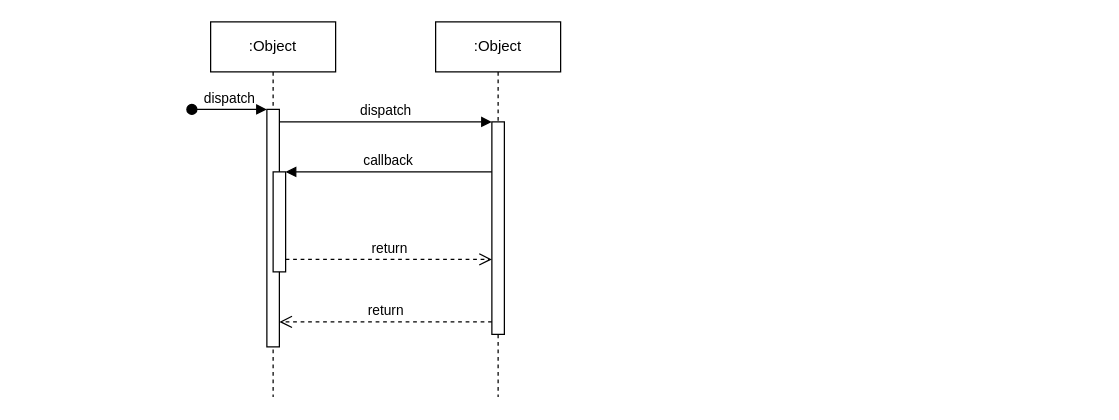
Earlier version of the draw.io diagram Untitled Diagram.drawio (fuping-han/docs). Source tidied: cells renumbered, new cells numbered last; positions are measured from the earlier drawing's top-left corner, leaving out a move shared by most shapes. Both pictures are drawn from the tidied source at 125%, with x=0, y=0 at pixel (191, 21).
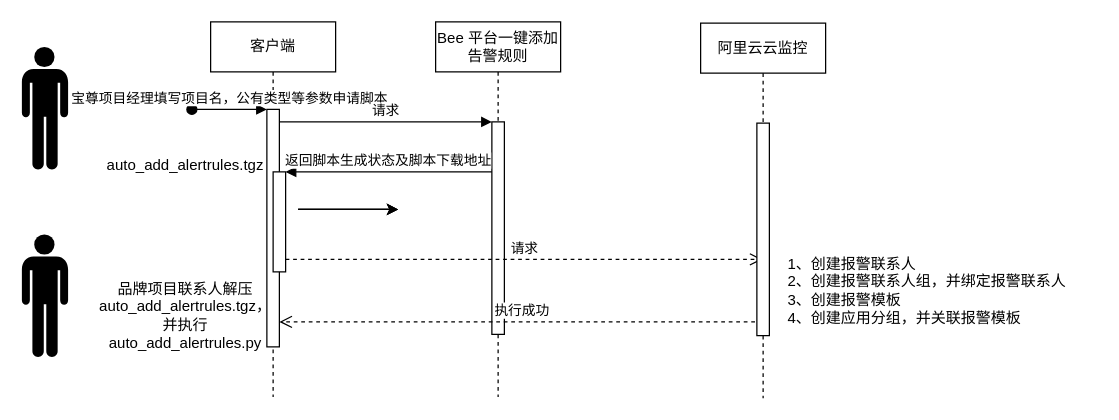
The same diagram, later.

The change refers to these unchanged cells:
```xml
<mxCell id="3" style="html=1;points=[];perimeter=orthogonalPerimeter;outlineConnect=0;targetShapes=umlLifeline;portConstraint=eastwest;newEdgeStyle={&quot;edgeStyle&quot;:&quot;elbowEdgeStyle&quot;,&quot;elbow&quot;:&quot;vertical&quot;,&quot;curved&quot;:0,&quot;rounded&quot;:0};" parent="2" vertex="1">
  <mxGeometry x="45" y="70" width="10" height="190" as="geometry" />
</mxCell>
<mxCell id="5" style="html=1;points=[];perimeter=orthogonalPerimeter;outlineConnect=0;targetShapes=umlLifeline;portConstraint=eastwest;newEdgeStyle={&quot;edgeStyle&quot;:&quot;elbowEdgeStyle&quot;,&quot;elbow&quot;:&quot;vertical&quot;,&quot;curved&quot;:0,&quot;rounded&quot;:0};" parent="2" vertex="1">
  <mxGeometry x="50" y="120" width="10" height="80" as="geometry" />
</mxCell>
<mxCell id="7" style="html=1;points=[];perimeter=orthogonalPerimeter;outlineConnect=0;targetShapes=umlLifeline;portConstraint=eastwest;newEdgeStyle={&quot;edgeStyle&quot;:&quot;elbowEdgeStyle&quot;,&quot;elbow&quot;:&quot;vertical&quot;,&quot;curved&quot;:0,&quot;rounded&quot;:0};" parent="6" vertex="1">
  <mxGeometry x="45" y="80" width="10" height="170" as="geometry" />
</mxCell>
```

Diff of the diagram source:
```diff
@@
-    <mxCell id="2" value=":Object" style="shape=umlLifeline;perimeter=lifelinePerimeter;whiteSpace=wrap;html=1;newEdgeStyle={&quot;edgeStyle&quot;:&quot;elbowEdgeStyle&quot;,&quot;elbow&quot;:&quot;vertical&quot;,&quot;curved&quot;:0,&quot;rounded&quot;:0};" parent="1" vertex="1">
+    <mxCell id="2" value="客户端" style="shape=umlLifeline;perimeter=lifelinePerimeter;whiteSpace=wrap;html=1;newEdgeStyle={&quot;edgeStyle&quot;:&quot;elbowEdgeStyle&quot;,&quot;elbow&quot;:&quot;vertical&quot;,&quot;curved&quot;:0,&quot;rounded&quot;:0};" parent="1" vertex="1">
       <mxGeometry x="15" width="100" height="300" as="geometry" />
     </mxCell>
@@
-    <mxCell id="4" value="dispatch" style="html=1;verticalAlign=bottom;startArrow=oval;endArrow=block;startSize=8;edgeStyle=elbowEdgeStyle;elbow=vertical;curved=0;rounded=0;" parent="2" edge="1" target="3">
+    <mxCell id="4" value="宝尊项目经理填写项目名，公有类型等参数申请脚本" style="html=1;verticalAlign=bottom;startArrow=oval;endArrow=block;startSize=8;edgeStyle=elbowEdgeStyle;elbow=vertical;curved=0;rounded=0;" parent="2" edge="1" target="3">
       <mxGeometry relative="1" as="geometry">
         <mxPoint x="-15" y="70" as="sourcePoint" />
       </mxGeometry>
     </mxCell>
@@
-    <mxCell id="6" value=":Object" style="shape=umlLifeline;perimeter=lifelinePerimeter;whiteSpace=wrap;html=1;newEdgeStyle={&quot;edgeStyle&quot;:&quot;elbowEdgeStyle&quot;,&quot;elbow&quot;:&quot;vertical&quot;,&quot;curved&quot;:0,&quot;rounded&quot;:0};" parent="1" vertex="1">
+    <mxCell id="6" value="Bee 平台一键添加告警规则" style="shape=umlLifeline;perimeter=lifelinePerimeter;whiteSpace=wrap;html=1;newEdgeStyle={&quot;edgeStyle&quot;:&quot;elbowEdgeStyle&quot;,&quot;elbow&quot;:&quot;vertical&quot;,&quot;curved&quot;:0,&quot;rounded&quot;:0};" parent="1" vertex="1">
       <mxGeometry x="195" width="100" height="300" as="geometry" />
     </mxCell>
@@
-    <mxCell id="8" value="dispatch" style="html=1;verticalAlign=bottom;endArrow=block;edgeStyle=elbowEdgeStyle;elbow=vertical;curved=0;rounded=0;" parent="1" edge="1" source="3" target="7">
+    <mxCell id="8" value="请求" style="html=1;verticalAlign=bottom;endArrow=block;edgeStyle=elbowEdgeStyle;elbow=vertical;curved=0;rounded=0;" parent="1" edge="1" source="3" target="7">
       <mxGeometry relative="1" as="geometry">
         <Array as="points">
           <mxPoint x="155" y="80" />
         </Array>
       </mxGeometry>
     </mxCell>
-    <mxCell id="9" value="return" style="html=1;verticalAlign=bottom;endArrow=open;dashed=1;endSize=8;edgeStyle=elbowEdgeStyle;elbow=vertical;curved=0;rounded=0;" parent="1" edge="1" source="7" target="3">
+    <mxCell id="9" value="执行成功" style="html=1;verticalAlign=bottom;endArrow=open;dashed=1;endSize=8;edgeStyle=elbowEdgeStyle;elbow=vertical;curved=0;rounded=0;" parent="1" edge="1" source="12" target="3">
       <mxGeometry relative="1" as="geometry">
         <Array as="points">
           <mxPoint x="165" y="240" />
         </Array>
       </mxGeometry>
     </mxCell>
-    <mxCell id="10" value="callback" style="html=1;verticalAlign=bottom;endArrow=block;edgeStyle=elbowEdgeStyle;elbow=vertical;curved=0;rounded=0;" parent="1" edge="1" source="7" target="5">
-      <mxGeometry relative="1" as="geometry">
+    <mxCell id="10" value="返回脚本生成状态及脚本下载地址" style="html=1;verticalAlign=bottom;endArrow=block;edgeStyle=elbowEdgeStyle;elbow=vertical;curved=0;rounded=0;" parent="1" edge="1" source="7" target="5">
+      <mxGeometry x="0.01" relative="1" as="geometry">
         <Array as="points">
           <mxPoint x="165" y="120" />
         </Array>
       </mxGeometry>
     </mxCell>
-    <mxCell id="11" value="return" style="html=1;verticalAlign=bottom;endArrow=open;dashed=1;endSize=8;edgeStyle=elbowEdgeStyle;elbow=vertical;curved=0;rounded=0;" parent="1" edge="1" source="5" target="7">
+    <mxCell id="11" value="请求" style="html=1;verticalAlign=bottom;endArrow=open;dashed=1;endSize=8;edgeStyle=elbowEdgeStyle;elbow=vertical;curved=0;rounded=0;" parent="1" edge="1" source="5" target="12">
       <mxGeometry relative="1" as="geometry">
         <Array as="points">
           <mxPoint x="155" y="190" />
         </Array>
       </mxGeometry>
     </mxCell>
+    <mxCell id="12" value="阿里云云监控" style="shape=umlLifeline;perimeter=lifelinePerimeter;whiteSpace=wrap;html=1;outlineConnect=0;portConstraint=eastwest;newEdgeStyle={&quot;edgeStyle&quot;:&quot;elbowEdgeStyle&quot;,&quot;elbow&quot;:&quot;vertical&quot;,&quot;curved&quot;:0,&quot;rounded&quot;:0};" parent="1" vertex="1">
+      <mxGeometry x="407" y="1" width="100" height="300" as="geometry" />
+    </mxCell>
+    <mxCell id="13" style="html=1;perimeter=orthogonalPerimeter;targetShapes=umlLifeline;newEdgeStyle={&quot;edgeStyle&quot;:&quot;elbowEdgeStyle&quot;,&quot;elbow&quot;:&quot;vertical&quot;,&quot;curved&quot;:0,&quot;rounded&quot;:0};" parent="12" vertex="1">
+      <mxGeometry x="45" y="80" width="10" height="170" as="geometry" />
+    </mxCell>
+    <mxCell id="14" style="shape=mxgraph.signs.people.man_1;html=1;fillColor=#000000;strokeColor=none;verticalLabelPosition=bottom;verticalAlign=top;align=center;" parent="1" vertex="1">
+      <mxGeometry x="-136" y="20" width="37" height="98" as="geometry" />
+    </mxCell>
+    <mxCell id="15" value="auto_add_alertrules.tgz" style="text;strokeColor=none;align=center;fillColor=none;html=1;verticalAlign=middle;whiteSpace=wrap;rounded=0;" parent="1" vertex="1">
+      <mxGeometry x="-35" y="100" width="60" height="30" as="geometry" />
+    </mxCell>
+    <mxCell id="16" style="shape=mxgraph.signs.people.man_1;html=1;fillColor=#000000;strokeColor=none;verticalLabelPosition=bottom;verticalAlign=top;align=center;" parent="1" vertex="1">
+      <mxGeometry x="-136" y="170" width="37" height="98" as="geometry" />
+    </mxCell>
+    <mxCell id="17" value="品牌项目联系人解压auto_add_alertrules.tgz，并执行auto_add_alertrules.py" style="text;strokeColor=none;align=center;fillColor=none;html=1;verticalAlign=middle;whiteSpace=wrap;rounded=0;" parent="1" vertex="1">
+      <mxGeometry x="-35" y="220" width="60" height="30" as="geometry" />
+    </mxCell>
+    <mxCell id="18" value="1、创建报警联系人&lt;div&gt;2、创建报警联系人组，并绑定报警联系人&lt;/div&gt;&lt;div&gt;3、创建报警模板&lt;/div&gt;&lt;div&gt;4、创建应用分组，并关联报警模板&lt;/div&gt;" style="text;strokeColor=none;align=left;fillColor=none;html=1;verticalAlign=middle;whiteSpace=wrap;rounded=0;" parent="1" vertex="1">
+      <mxGeometry x="475" y="200" width="250" height="30" as="geometry" />
+    </mxCell>
+    <mxCell id="19" style="edgeStyle=none;orthogonalLoop=1;jettySize=auto;html=1;rounded=0;" parent="1" edge="1">
+      <mxGeometry relative="1" as="geometry">
+        <mxPoint x="85" y="150" as="sourcePoint" />
+        <mxPoint x="165" y="150" as="targetPoint" />
+      </mxGeometry>
+    </mxCell>
+    <mxCell id="20" style="edgeStyle=none;orthogonalLoop=1;jettySize=auto;html=1;rounded=0;" parent="1" edge="1">
+      <mxGeometry relative="1" as="geometry">
+        <mxPoint x="85" y="150" as="sourcePoint" />
+        <mxPoint x="165" y="150" as="targetPoint" />
+      </mxGeometry>
+    </mxCell>
+    <mxCell id="21" style="edgeStyle=none;orthogonalLoop=1;jettySize=auto;html=1;rounded=0;" parent="1" edge="1">
+      <mxGeometry relative="1" as="geometry">
+        <mxPoint x="85" y="150" as="sourcePoint" />
+        <mxPoint x="165" y="150" as="targetPoint" />
+      </mxGeometry>
+    </mxCell>
```
